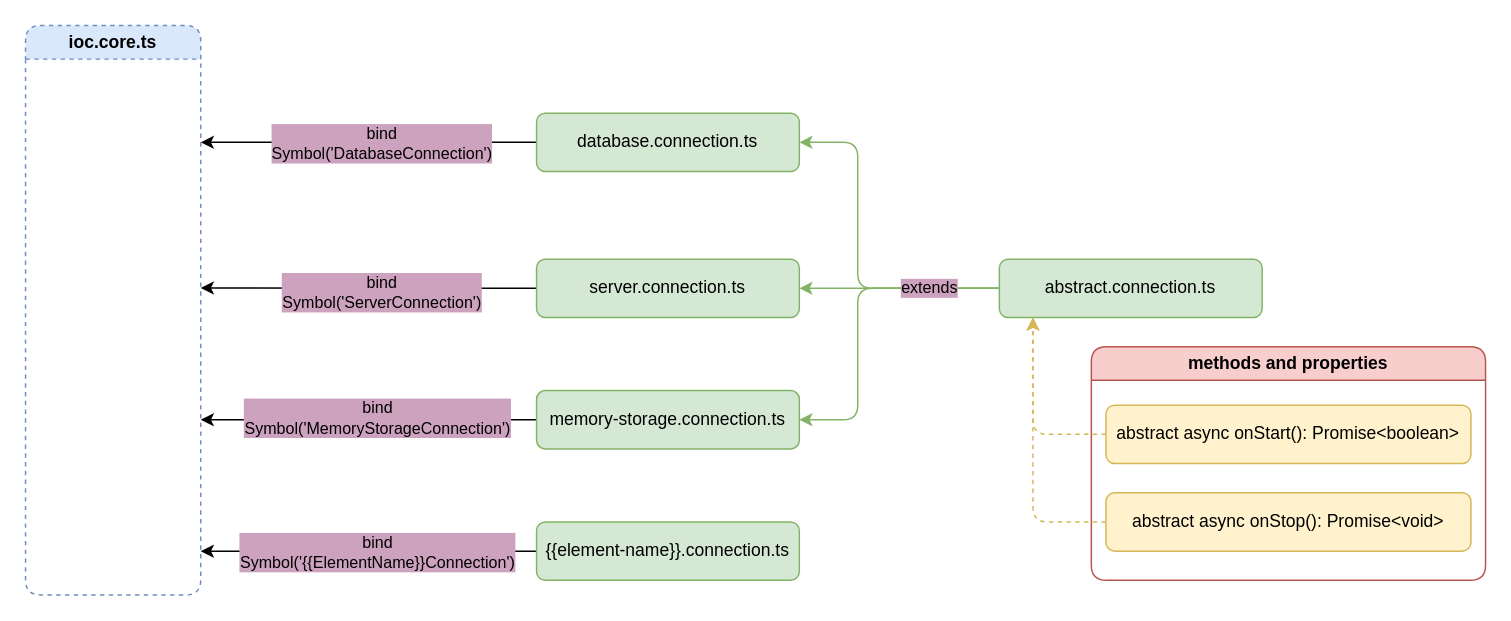
Before: documentation/server-platform/drawio/server-elements.drawio in Avelate/avelate-documentation, a draw.io diagram. Source tidied: cells renumbered, new cells numbered last; positions are measured from the earlier drawing's top-left corner, leaving out a move shared by most shapes. Both pictures are drawn from the tidied source at 146%, with x=0, y=0 at pixel (25, 25).
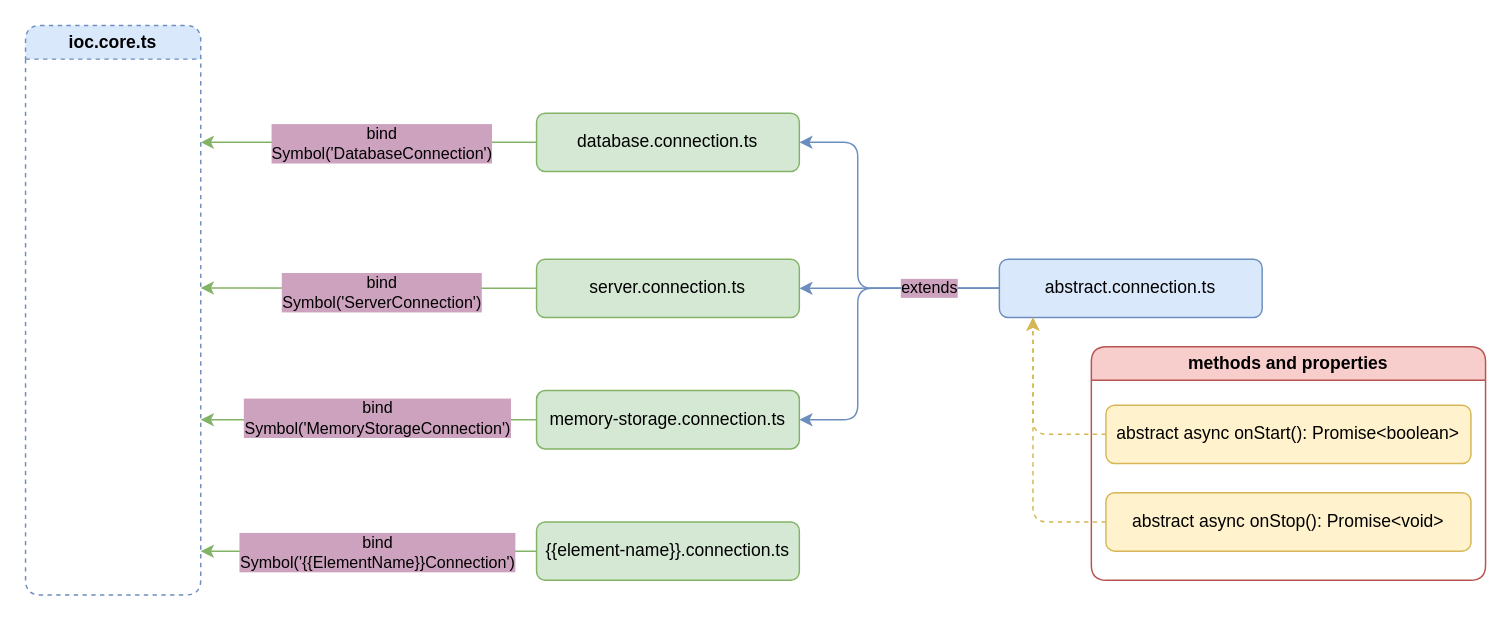
The same page after the edit.

Unchanged cells that the change refers to:
```xml
<mxCell id="5" value="database.connection.ts" style="rounded=1;whiteSpace=wrap;html=1;fillColor=#d5e8d4;strokeColor=#82b366;" parent="1" vertex="1">
  <mxGeometry x="350" y="60" width="180" height="40" as="geometry" />
</mxCell>
<mxCell id="7" value="server.connection.ts" style="rounded=1;whiteSpace=wrap;html=1;fillColor=#d5e8d4;strokeColor=#82b366;" parent="1" vertex="1">
  <mxGeometry x="350" y="160" width="180" height="40" as="geometry" />
</mxCell>
<mxCell id="10" value="memory-storage.connection.ts" style="rounded=1;whiteSpace=wrap;html=1;fillColor=#d5e8d4;strokeColor=#82b366;" parent="1" vertex="1">
  <mxGeometry x="350" y="250" width="180" height="40" as="geometry" />
</mxCell>
<mxCell id="23" value="{{element-name}}.connection.ts" style="rounded=1;whiteSpace=wrap;html=1;fillColor=#d5e8d4;strokeColor=#82b366;" parent="1" vertex="1">
  <mxGeometry x="350" y="340" width="180" height="40" as="geometry" />
</mxCell>
```

The edit, as a diff of the source:
```diff
@@
-    <mxCell id="3" style="edgeStyle=orthogonalEdgeStyle;rounded=0;jettySize=auto;html=1;" parent="1" edge="1" source="5">
+    <mxCell id="3" style="edgeStyle=orthogonalEdgeStyle;rounded=0;jettySize=auto;html=1;fillColor=#d5e8d4;strokeColor=#82b366;" parent="1" edge="1" source="5">
       <mxGeometry relative="1" as="geometry">
         <mxPoint x="120" y="80" as="targetPoint" />
       </mxGeometry>
     </mxCell>
@@
-    <mxCell id="6" style="edgeStyle=orthogonalEdgeStyle;rounded=0;jettySize=auto;html=1;exitX=0;exitY=0.5;exitDx=0;exitDy=0;" parent="1" edge="1" source="7">
+    <mxCell id="6" style="edgeStyle=orthogonalEdgeStyle;rounded=0;jettySize=auto;html=1;exitX=0;exitY=0.5;exitDx=0;exitDy=0;fillColor=#d5e8d4;strokeColor=#82b366;" parent="1" edge="1" source="7">
       <mxGeometry relative="1" as="geometry">
         <mxPoint x="120" y="179.7" as="targetPoint" />
       </mxGeometry>
     </mxCell>
@@
-    <mxCell id="8" style="edgeStyle=orthogonalEdgeStyle;rounded=0;jettySize=auto;html=1;" parent="1" edge="1" source="10">
+    <mxCell id="8" style="edgeStyle=orthogonalEdgeStyle;rounded=0;jettySize=auto;html=1;fillColor=#d5e8d4;strokeColor=#82b366;" parent="1" edge="1" source="10">
       <mxGeometry relative="1" as="geometry">
         <mxPoint x="120" y="270" as="targetPoint" />
         <Array as="points">
           <mxPoint x="240" y="270" />
           <mxPoint x="240" y="270" />
         </Array>
       </mxGeometry>
     </mxCell>
@@
-    <mxCell id="12" style="edgeStyle=orthogonalEdgeStyle;rounded=1;jettySize=auto;html=1;entryX=1;entryY=0.5;entryDx=0;entryDy=0;fillColor=#d5e8d4;strokeColor=#82b366;" parent="1" edge="1" source="16" target="5">
+    <mxCell id="12" style="edgeStyle=orthogonalEdgeStyle;rounded=1;jettySize=auto;html=1;entryX=1;entryY=0.5;entryDx=0;entryDy=0;fillColor=#dae8fc;strokeColor=#6c8ebf;" parent="1" edge="1" source="16" target="5">
       <mxGeometry relative="1" as="geometry">
         <Array as="points">
           <mxPoint x="570" y="180" />
           <mxPoint x="570" y="80" />
         </Array>
       </mxGeometry>
     </mxCell>
-    <mxCell id="13" style="edgeStyle=orthogonalEdgeStyle;rounded=1;jettySize=auto;html=1;entryX=1;entryY=0.5;entryDx=0;entryDy=0;fillColor=#d5e8d4;strokeColor=#82b366;" parent="1" edge="1" source="16" target="7">
+    <mxCell id="13" style="edgeStyle=orthogonalEdgeStyle;rounded=1;jettySize=auto;html=1;entryX=1;entryY=0.5;entryDx=0;entryDy=0;fillColor=#dae8fc;strokeColor=#6c8ebf;" parent="1" edge="1" source="16" target="7">
       <mxGeometry relative="1" as="geometry" />
     </mxCell>
-    <mxCell id="14" style="edgeStyle=orthogonalEdgeStyle;rounded=1;jettySize=auto;html=1;entryX=1;entryY=0.5;entryDx=0;entryDy=0;fillColor=#d5e8d4;strokeColor=#82b366;" parent="1" edge="1" source="16" target="10">
+    <mxCell id="14" style="edgeStyle=orthogonalEdgeStyle;rounded=1;jettySize=auto;html=1;entryX=1;entryY=0.5;entryDx=0;entryDy=0;fillColor=#dae8fc;strokeColor=#6c8ebf;" parent="1" edge="1" source="16" target="10">
       <mxGeometry relative="1" as="geometry">
         <Array as="points">
           <mxPoint x="570" y="180" />
           <mxPoint x="570" y="270" />
         </Array>
       </mxGeometry>
     </mxCell>
@@
-    <mxCell id="16" value="abstract.connection.ts" style="rounded=1;whiteSpace=wrap;html=1;fillColor=#d5e8d4;strokeColor=#82b366;" parent="1" vertex="1">
+    <mxCell id="16" value="abstract.connection.ts" style="rounded=1;whiteSpace=wrap;html=1;fillColor=#dae8fc;strokeColor=#6c8ebf;" parent="1" vertex="1">
       <mxGeometry x="667" y="160" width="180" height="40" as="geometry" />
     </mxCell>
@@
-    <mxCell id="22" style="edgeStyle=orthogonalEdgeStyle;rounded=0;jettySize=auto;html=1;" parent="1" edge="1" source="23">
+    <mxCell id="22" style="edgeStyle=orthogonalEdgeStyle;rounded=0;jettySize=auto;html=1;fillColor=#d5e8d4;strokeColor=#82b366;" parent="1" edge="1" source="23">
       <mxGeometry relative="1" as="geometry">
         <mxPoint x="120" y="360" as="targetPoint" />
       </mxGeometry>
     </mxCell>
```
